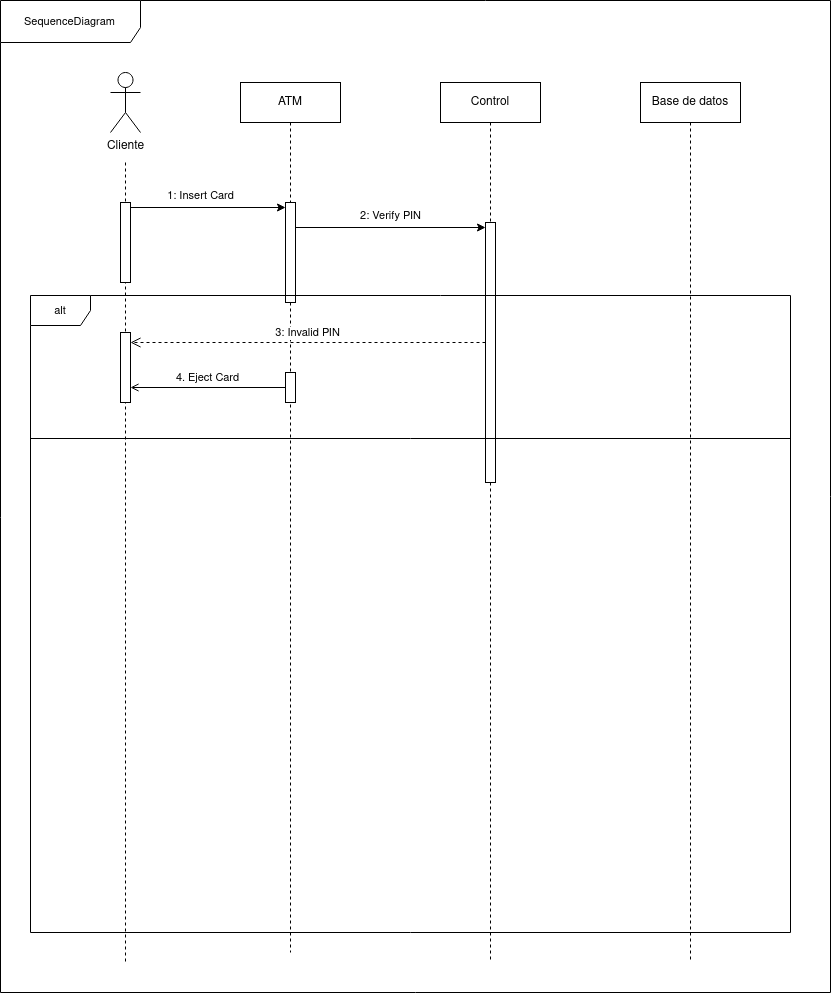
JesusLugo2002/ETS keeps this draw.io diagram as diagramas_secuencias/cajero-automatico/diagrama-secuencias-cajero-automatico.drawio.png. Above is the earlier version. Source tidied: cells renumbered, new cells last; positions are measured from the earlier drawing's top-left corner, leaving out a move shared by most shapes.
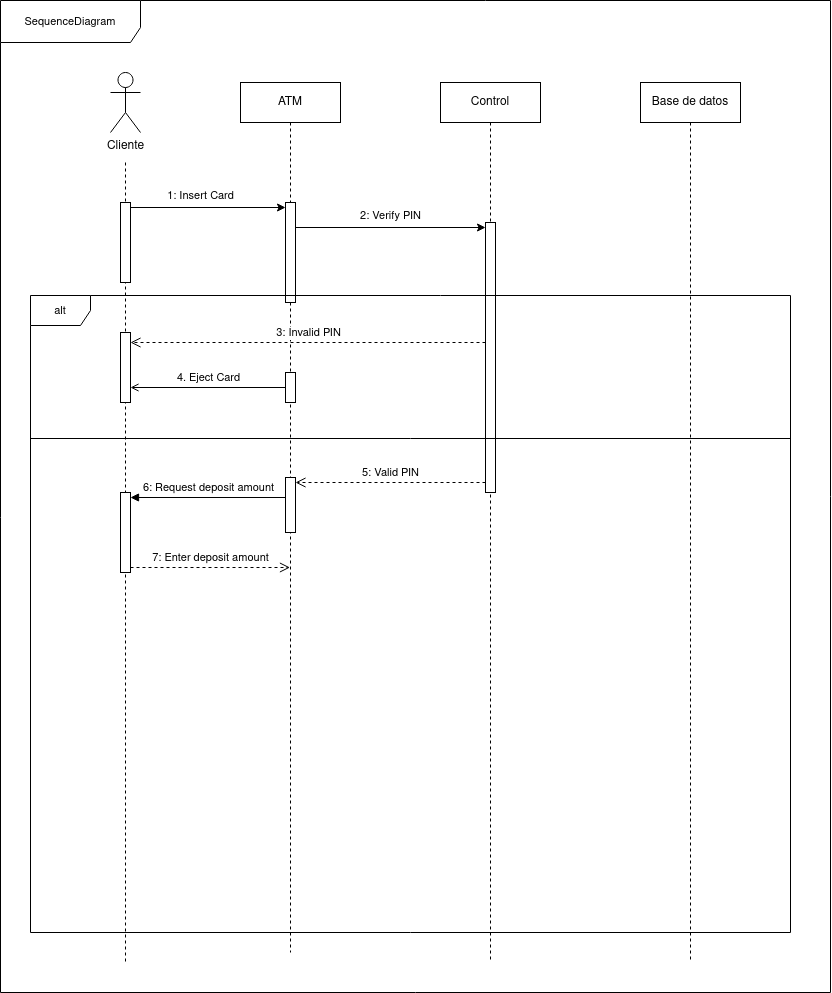
Above is the later version.

What changed in the source:
```diff
@@ -12,7 +12,7 @@
       <mxGeometry x="440" y="82" width="100" height="880" as="geometry" />
     </mxCell>
     <mxCell id="5" style="html=1;points=[[0,0,0,0,5],[0,1,0,0,-5],[1,0,0,0,5],[1,1,0,0,-5]];perimeter=orthogonalPerimeter;outlineConnect=0;targetShapes=umlLifeline;portConstraint=eastwest;newEdgeStyle={&quot;curved&quot;:0,&quot;rounded&quot;:0};" parent="4" vertex="1">
-      <mxGeometry x="45" y="140" width="10" height="260" as="geometry" />
+      <mxGeometry x="45" y="140" width="10" height="270" as="geometry" />
     </mxCell>
     <mxCell id="6" value="Base de datos" style="shape=umlLifeline;perimeter=lifelinePerimeter;whiteSpace=wrap;html=1;newEdgeStyle={&quot;curved&quot;:0,&quot;rounded&quot;:0};" parent="1" vertex="1">
       <mxGeometry x="640" y="82" width="100" height="880" as="geometry" />
@@ -71,5 +71,22 @@
     <mxCell id="21" value="4. Eject Card" style="html=1;verticalAlign=bottom;endArrow=open;curved=0;rounded=0;labelBackgroundColor=default;strokeColor=default;align=center;fontFamily=Helvetica;fontSize=11;fontColor=default;shape=connector;endFill=0;" parent="1" edge="1" source="20" target="18">
       <mxGeometry relative="1" as="geometry" />
     </mxCell>
+    <mxCell id="22" style="html=1;points=[[0,0,0,0,5],[0,1,0,0,-5],[1,0,0,0,5],[1,1,0,0,-5]];perimeter=orthogonalPerimeter;outlineConnect=0;targetShapes=umlLifeline;portConstraint=eastwest;newEdgeStyle={&quot;curved&quot;:0,&quot;rounded&quot;:0};fontFamily=Helvetica;fontSize=11;fontColor=default;" parent="1" vertex="1">
+      <mxGeometry x="285" y="477" width="10" height="55" as="geometry" />
+    </mxCell>
+    <mxCell id="23" value="5: Valid PIN" style="html=1;verticalAlign=bottom;endArrow=open;dashed=1;endSize=8;curved=0;rounded=0;labelBackgroundColor=default;strokeColor=default;align=center;fontFamily=Helvetica;fontSize=11;fontColor=default;shape=connector;" parent="1" edge="1" source="5">
+      <mxGeometry relative="1" as="geometry">
+        <mxPoint x="295" y="482" as="targetPoint" />
+      </mxGeometry>
+    </mxCell>
+    <mxCell id="24" style="html=1;points=[[0,0,0,0,5],[0,1,0,0,-5],[1,0,0,0,5],[1,1,0,0,-5]];perimeter=orthogonalPerimeter;outlineConnect=0;targetShapes=umlLifeline;portConstraint=eastwest;newEdgeStyle={&quot;curved&quot;:0,&quot;rounded&quot;:0};fontFamily=Helvetica;fontSize=11;fontColor=default;" parent="1" vertex="1">
+      <mxGeometry x="120" y="492" width="10" height="80" as="geometry" />
+    </mxCell>
+    <mxCell id="25" value="6: Request deposit amount" style="html=1;verticalAlign=bottom;endArrow=block;curved=0;rounded=0;entryX=1;entryY=0;entryDx=0;entryDy=5;labelBackgroundColor=default;strokeColor=default;align=center;fontFamily=Helvetica;fontSize=11;fontColor=default;shape=connector;" parent="1" edge="1" source="22" target="24">
+      <mxGeometry relative="1" as="geometry" />
+    </mxCell>
+    <mxCell id="26" value="7: Enter deposit amount" style="html=1;verticalAlign=bottom;endArrow=open;dashed=1;endSize=8;curved=0;rounded=0;exitX=1;exitY=1;exitDx=0;exitDy=-5;labelBackgroundColor=default;strokeColor=default;align=center;fontFamily=Helvetica;fontSize=11;fontColor=default;shape=connector;" parent="1" edge="1" source="24" target="2">
+      <mxGeometry relative="1" as="geometry" />
+    </mxCell>
   </root>
 </mxGraphModel>
```
